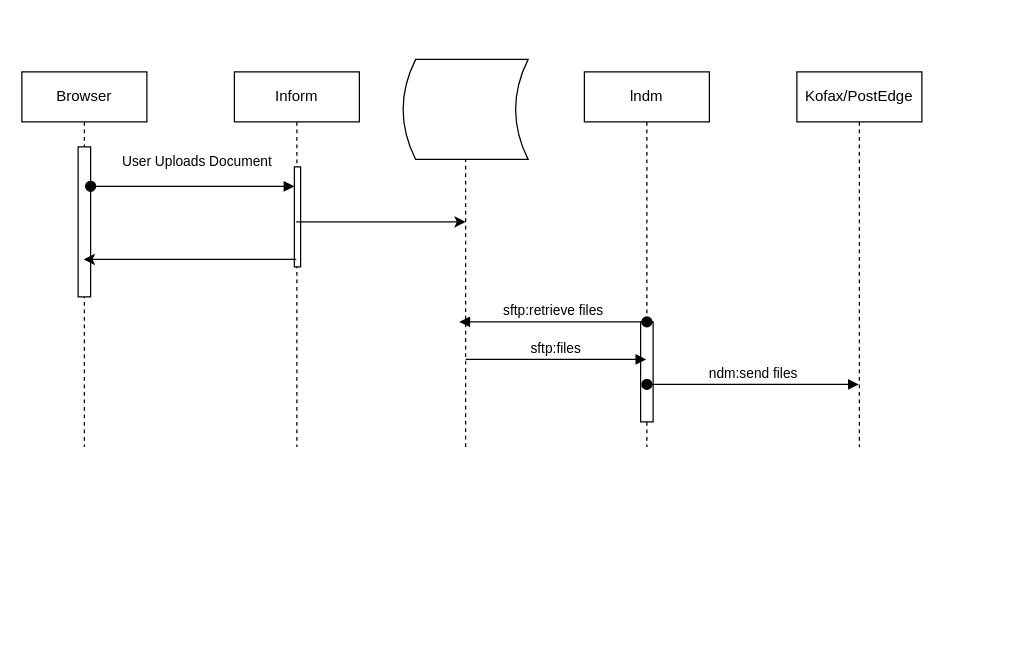
richlum/documents keeps this draw.io diagram as DocumentUpload.drawio. Above is the earlier version. Source tidied: cells renumbered, new cells numbered last; positions are measured from the earlier drawing's top-left corner, leaving out a move shared by most shapes. Both pictures are drawn from the tidied source at 125%, with x=0, y=0 at pixel (21, 59).
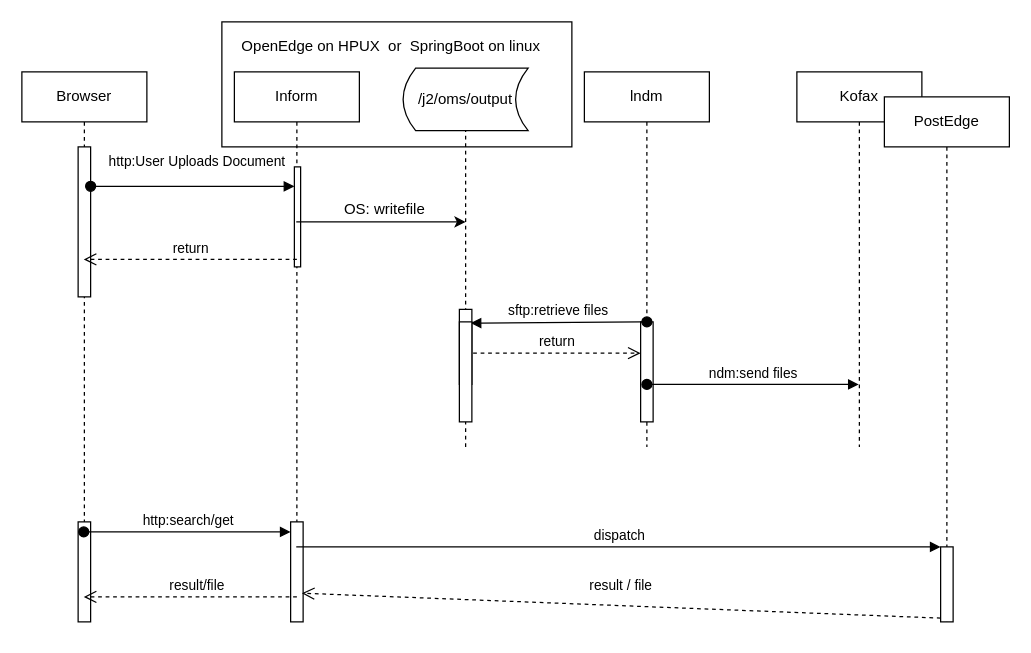
Above is the later version.

The change refers to these unchanged cells:
```xml
<mxCell id="3" style="html=1;points=[];perimeter=orthogonalPerimeter;" parent="2" vertex="1">
  <mxGeometry x="45" y="60" width="10" height="120" as="geometry" />
</mxCell>
<mxCell id="5" style="html=1;points=[];perimeter=orthogonalPerimeter;" parent="4" vertex="1">
  <mxGeometry x="48" y="76" width="5" height="80" as="geometry" />
</mxCell>
<mxCell id="6" value="lndm" style="shape=umlLifeline;perimeter=lifelinePerimeter;whiteSpace=wrap;html=1;" parent="1" vertex="1">
  <mxGeometry x="450" y="10" width="100" height="300" as="geometry" />
</mxCell>
<mxCell id="7" style="html=1;points=[];perimeter=orthogonalPerimeter;" parent="6" vertex="1">
  <mxGeometry x="45" y="200" width="10" height="80" as="geometry" />
</mxCell>
```

What changed in the source:
```diff
@@
+    <mxCell id="17" style="rounded=0;whiteSpace=wrap;html=1;" parent="1" vertex="1">
+      <mxGeometry x="160" y="-30" width="280" height="100" as="geometry" />
+    </mxCell>
     <mxCell id="2" value="Browser" style="shape=umlLifeline;perimeter=lifelinePerimeter;whiteSpace=wrap;html=1;outlineConnect=0;" parent="1" vertex="1">
-      <mxGeometry y="10" width="100" height="300" as="geometry" />
+      <mxGeometry y="10" width="100" height="440" as="geometry" />
     </mxCell>
@@
+    <mxCell id="18" style="html=1;perimeter=orthogonalPerimeter;" parent="2" vertex="1">
+      <mxGeometry x="45" y="360" width="10" height="80" as="geometry" />
+    </mxCell>
     <mxCell id="4" value="Inform" style="shape=umlLifeline;perimeter=lifelinePerimeter;whiteSpace=wrap;html=1;outlineConnect=0;" parent="1" vertex="1">
-      <mxGeometry x="170" y="10" width="100" height="300" as="geometry" />
+      <mxGeometry x="170" y="10" width="100" height="440" as="geometry" />
     </mxCell>
@@
+    <mxCell id="19" style="html=1;points=[];perimeter=orthogonalPerimeter;" parent="4" vertex="1">
+      <mxGeometry x="45" y="360" width="10" height="80" as="geometry" />
+    </mxCell>
@@
-    <mxCell id="8" value="sftp:retrieve files" style="html=1;verticalAlign=bottom;startArrow=oval;startFill=1;endArrow=block;startSize=8;" parent="6" edge="1">
+    <mxCell id="8" value="sftp:retrieve files" style="html=1;verticalAlign=bottom;startArrow=oval;startFill=1;endArrow=block;startSize=8;entryX=0.9;entryY=0.183;entryDx=0;entryDy=0;entryPerimeter=0;" parent="6" edge="1" target="21">
       <mxGeometry relative="1" as="geometry">
         <mxPoint x="50" y="200" as="sourcePoint" />
-        <mxPoint x="-100" y="200" as="targetPoint" />
       </mxGeometry>
     </mxCell>
-    <mxCell id="9" value="Kofax/PostEdge" style="shape=umlLifeline;perimeter=lifelinePerimeter;whiteSpace=wrap;html=1;outlineConnect=0;" parent="1" vertex="1">
+    <mxCell id="9" value="Kofax" style="shape=umlLifeline;perimeter=lifelinePerimeter;whiteSpace=wrap;html=1;outlineConnect=0;" parent="1" vertex="1">
       <mxGeometry x="620" y="10" width="100" height="300" as="geometry" />
     </mxCell>
-    <mxCell id="10" value="User Uploads Document" style="html=1;verticalAlign=bottom;startArrow=oval;endArrow=block;startSize=8;exitX=1;exitY=0.263;exitDx=0;exitDy=0;exitPerimeter=0;" parent="1" edge="1" source="3" target="5">
+    <mxCell id="10" value="http:User Uploads Document" style="html=1;verticalAlign=bottom;startArrow=oval;endArrow=block;startSize=8;exitX=1;exitY=0.263;exitDx=0;exitDy=0;exitPerimeter=0;" parent="1" edge="1" source="3" target="5">
       <mxGeometry x="0.04" y="11" relative="1" as="geometry" />
     </mxCell>
-    <mxCell id="11" style="shape=dataStorage;whiteSpace=wrap;html=1;" parent="1" vertex="1">
-      <mxGeometry x="305" width="100" height="80" as="geometry" />
+    <mxCell id="11" value="/j2/oms/output" style="shape=dataStorage;whiteSpace=wrap;html=1;" parent="1" vertex="1">
+      <mxGeometry x="305" y="7" width="100" height="50" as="geometry" />
     </mxCell>
     <mxCell id="12" style="endArrow=classic;html=1;" parent="1" edge="1" source="4">
       <mxGeometry relative="1" as="geometry">
         <mxPoint x="355" y="130" as="targetPoint" />
+        <Array as="points">
+          <mxPoint x="290" y="130" />
+        </Array>
       </mxGeometry>
     </mxCell>
-    <mxCell id="13" style="endArrow=classic;html=1;" parent="1" edge="1" source="4" target="2">
-      <mxGeometry relative="1" as="geometry" />
-    </mxCell>
@@
-    <mxCell id="15" value="sftp:files" style="html=1;verticalAlign=bottom;endArrow=block;" parent="1" edge="1">
-      <mxGeometry relative="1" as="geometry">
-        <mxPoint x="355" y="240" as="sourcePoint" />
-        <mxPoint x="499.5" y="240" as="targetPoint" />
-      </mxGeometry>
-    </mxCell>
@@
+    <mxCell id="20" value="OS: writefile&lt;br&gt;" style="text;html=1;align=center;verticalAlign=middle;fillColor=none;strokeColor=none;rounded=0;" parent="1" vertex="1">
+      <mxGeometry x="250" y="110" width="80" height="20" as="geometry" />
+    </mxCell>
+    <mxCell id="21" style="html=1;points=[];perimeter=orthogonalPerimeter;" parent="1" vertex="1">
+      <mxGeometry x="350" y="200" width="10" height="60" as="geometry" />
+    </mxCell>
+    <mxCell id="22" style="html=1;points=[];perimeter=orthogonalPerimeter;" parent="1" vertex="1">
+      <mxGeometry x="350" y="210" width="10" height="80" as="geometry" />
+    </mxCell>
+    <mxCell id="23" value="http:search/get" style="html=1;verticalAlign=bottom;startArrow=oval;endArrow=block;startSize=8;" parent="1" edge="1" target="19">
+      <mxGeometry relative="1" as="geometry">
+        <mxPoint x="49.5" y="378" as="sourcePoint" />
+      </mxGeometry>
+    </mxCell>
+    <mxCell id="24" value="dispatch" style="html=1;verticalAlign=bottom;endArrow=block;entryX=0;entryY=0;" parent="1" edge="1" source="4" target="27">
+      <mxGeometry relative="1" as="geometry" />
+    </mxCell>
+    <mxCell id="25" value="result / file" style="html=1;verticalAlign=bottom;endArrow=open;dashed=1;endSize=8;exitX=0;exitY=0.95;entryX=0.9;entryY=0.713;entryDx=0;entryDy=0;entryPerimeter=0;" parent="1" edge="1" source="27" target="19">
+      <mxGeometry y="-7" relative="1" as="geometry" />
+    </mxCell>
+    <mxCell id="26" value="PostEdge&lt;br&gt;" style="shape=umlLifeline;perimeter=lifelinePerimeter;whiteSpace=wrap;html=1;" parent="1" vertex="1">
+      <mxGeometry x="690" y="30" width="100" height="420" as="geometry" />
+    </mxCell>
+    <mxCell id="27" style="html=1;points=[];perimeter=orthogonalPerimeter;" parent="26" vertex="1">
+      <mxGeometry x="45" y="360" width="10" height="60" as="geometry" />
+    </mxCell>
+    <mxCell id="28" value="OpenEdge on HPUX&amp;nbsp; or&amp;nbsp; SpringBoot on linux" style="text;html=1;align=center;verticalAlign=middle;fillColor=none;strokeColor=none;rounded=0;" parent="1" vertex="1">
+      <mxGeometry x="170" y="-20" width="250" height="20" as="geometry" />
+    </mxCell>
+    <mxCell id="29" value="return" style="html=1;verticalAlign=bottom;endArrow=open;dashed=1;endSize=8;exitX=1.1;exitY=0.313;exitDx=0;exitDy=0;exitPerimeter=0;" parent="1" edge="1" source="22" target="7">
+      <mxGeometry relative="1" as="geometry" />
+    </mxCell>
+    <mxCell id="30" value="return" style="html=1;verticalAlign=bottom;endArrow=open;dashed=1;endSize=8;" parent="1" edge="1" target="2">
+      <mxGeometry relative="1" as="geometry">
+        <mxPoint x="220" y="160" as="sourcePoint" />
+      </mxGeometry>
+    </mxCell>
+    <mxCell id="31" value="result/file" style="html=1;verticalAlign=bottom;endArrow=open;dashed=1;endSize=8;" parent="1" edge="1" target="2">
+      <mxGeometry x="-0.06" relative="1" as="geometry">
+        <mxPoint x="220" y="430" as="sourcePoint" />
+        <Array as="points">
+          <mxPoint x="170" y="430" />
+        </Array>
+      </mxGeometry>
+    </mxCell>
```
